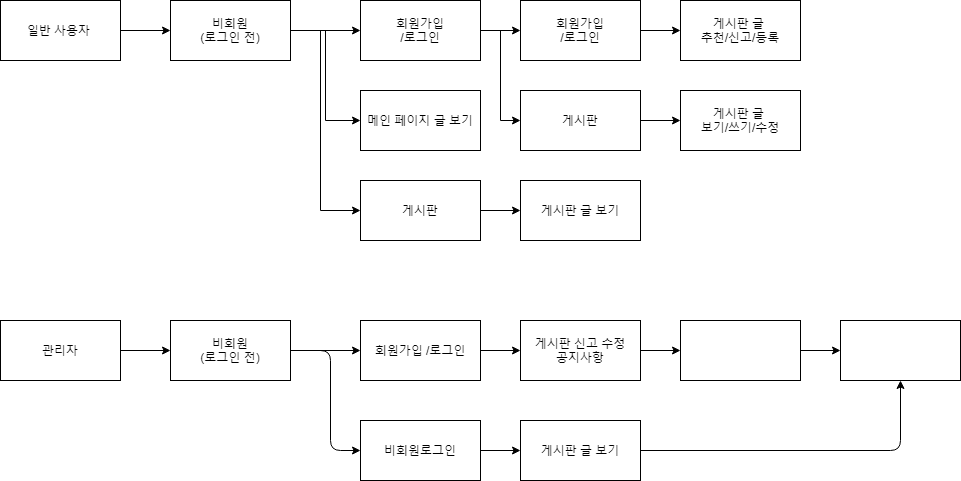
Above: Servers/Diagram.png in hyojinYi/capstone (draw.io), before the change. Source tidied: cells renumbered, new cells last; positions are measured from the earlier drawing's top-left corner, leaving out a move shared by most shapes.
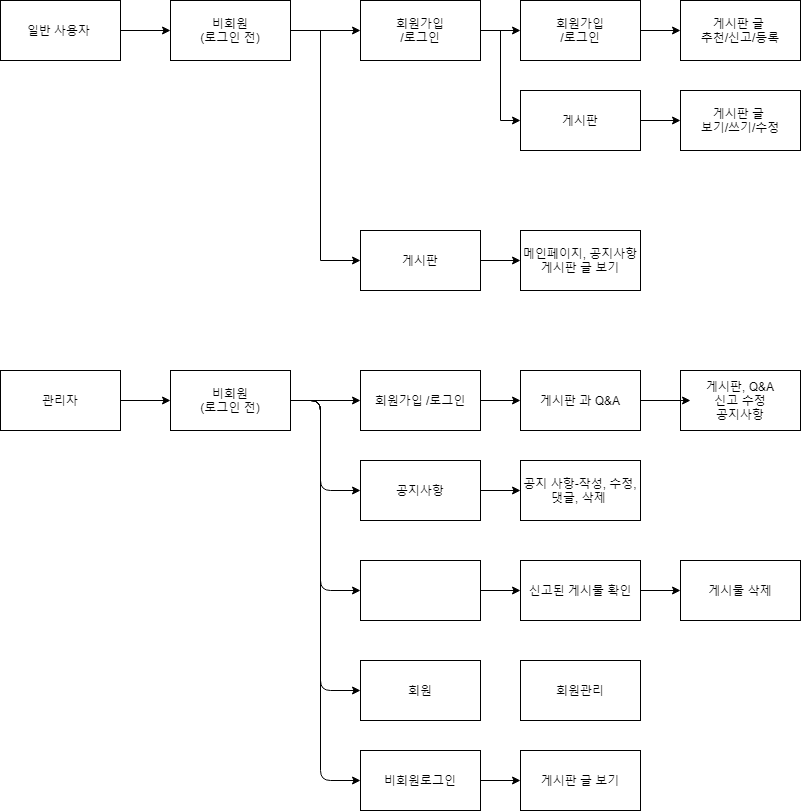
After the commit.

Change to the diagram source:
```diff
@@ -8,9 +8,6 @@
     <mxCell id="3" value="일반 사용자&amp;nbsp;" style="rounded=0;whiteSpace=wrap;html=1;" parent="1" vertex="1">
       <mxGeometry width="120" height="60" as="geometry" />
     </mxCell>
-    <mxCell id="4" style="edgeStyle=orthogonalEdgeStyle;rounded=0;jettySize=auto;html=1;entryX=0;entryY=0.5;entryDx=0;entryDy=0;" parent="1" edge="1" source="6" target="11">
-      <mxGeometry relative="1" as="geometry" />
-    </mxCell>
     <mxCell id="5" style="edgeStyle=orthogonalEdgeStyle;curved=0;rounded=1;sketch=0;jettySize=auto;html=1;entryX=0;entryY=0.5;entryDx=0;entryDy=0;" parent="1" edge="1" source="6" target="8">
       <mxGeometry relative="1" as="geometry" />
     </mxCell>
@@ -29,25 +26,22 @@
     <mxCell id="10" value="회원가입&lt;br&gt;/로그인" style="rounded=0;whiteSpace=wrap;html=1;" parent="1" vertex="1">
       <mxGeometry x="520" width="120" height="60" as="geometry" />
     </mxCell>
-    <mxCell id="11" value="메인 페이지 글 보기" style="rounded=0;whiteSpace=wrap;html=1;" parent="1" vertex="1">
-      <mxGeometry x="360" y="90" width="120" height="60" as="geometry" />
-    </mxCell>
     <mxCell id="12" style="edgeStyle=orthogonalEdgeStyle;curved=0;rounded=1;sketch=0;jettySize=auto;html=1;" parent="1" edge="1" source="13" target="15">
       <mxGeometry relative="1" as="geometry" />
     </mxCell>
     <mxCell id="13" value="게시판" style="rounded=0;whiteSpace=wrap;html=1;sketch=0;" parent="1" vertex="1">
-      <mxGeometry x="360" y="180" width="120" height="60" as="geometry" />
+      <mxGeometry x="360" y="230" width="120" height="60" as="geometry" />
     </mxCell>
     <mxCell id="14" style="edgeStyle=orthogonalEdgeStyle;rounded=0;jettySize=auto;html=1;entryX=0;entryY=0.5;entryDx=0;entryDy=0;exitX=1;exitY=0.5;exitDx=0;exitDy=0;" parent="1" edge="1" source="6" target="13">
       <mxGeometry relative="1" as="geometry">
         <Array as="points">
           <mxPoint x="320" y="30" />
-          <mxPoint x="320" y="210" />
+          <mxPoint x="320" y="260" />
         </Array>
       </mxGeometry>
     </mxCell>
-    <mxCell id="15" value="게시판 글 보기" style="rounded=0;whiteSpace=wrap;html=1;sketch=0;" parent="1" vertex="1">
-      <mxGeometry x="520" y="180" width="120" height="60" as="geometry" />
+    <mxCell id="15" value="메인페이지, 공지사항게시판 글 보기" style="rounded=0;whiteSpace=wrap;html=1;sketch=0;" parent="1" vertex="1">
+      <mxGeometry x="520" y="230" width="120" height="60" as="geometry" />
     </mxCell>
     <mxCell id="16" style="edgeStyle=orthogonalEdgeStyle;rounded=0;jettySize=auto;html=1;exitX=1;exitY=0.5;exitDx=0;exitDy=0;" parent="1" edge="1" source="8">
       <mxGeometry relative="1" as="geometry">
@@ -74,55 +68,109 @@
       <mxGeometry relative="1" as="geometry" />
     </mxCell>
     <mxCell id="22" value="관리자" style="rounded=0;whiteSpace=wrap;html=1;sketch=0;" parent="1" vertex="1">
-      <mxGeometry y="320" width="120" height="60" as="geometry" />
+      <mxGeometry y="370" width="120" height="60" as="geometry" />
     </mxCell>
-    <mxCell id="23" style="edgeStyle=orthogonalEdgeStyle;rounded=1;sketch=0;jettySize=auto;html=1;" parent="1" edge="1" source="24">
+    <mxCell id="23" style="edgeStyle=orthogonalEdgeStyle;rounded=1;sketch=0;jettySize=auto;html=1;entryX=0;entryY=0.5;entryDx=0;entryDy=0;" parent="1" edge="1" source="24" target="34">
       <mxGeometry relative="1" as="geometry">
-        <mxPoint x="360" y="450" as="targetPoint" />
         <Array as="points">
-          <mxPoint x="330" y="350" />
-          <mxPoint x="330" y="450" />
+          <mxPoint x="320" y="400" />
+          <mxPoint x="320" y="780" />
+          <mxPoint x="360" y="780" />
         </Array>
       </mxGeometry>
     </mxCell>
     <mxCell id="24" value="비회원&lt;br&gt;(로그인 전)" style="rounded=0;whiteSpace=wrap;html=1;sketch=0;" parent="1" vertex="1">
-      <mxGeometry x="170" y="320" width="120" height="60" as="geometry" />
+      <mxGeometry x="170" y="370" width="120" height="60" as="geometry" />
     </mxCell>
     <mxCell id="25" style="edgeStyle=orthogonalEdgeStyle;curved=0;rounded=1;sketch=0;jettySize=auto;html=1;" parent="1" edge="1" source="26" target="29">
       <mxGeometry relative="1" as="geometry" />
     </mxCell>
     <mxCell id="26" value="회원가입 /로그인" style="rounded=0;whiteSpace=wrap;html=1;sketch=0;" parent="1" vertex="1">
-      <mxGeometry x="360" y="320" width="120" height="60" as="geometry" />
+      <mxGeometry x="360" y="370" width="120" height="60" as="geometry" />
     </mxCell>
     <mxCell id="27" style="endArrow=classic;html=1;exitX=1;exitY=0.5;exitDx=0;exitDy=0;entryX=0;entryY=0.5;entryDx=0;entryDy=0;" parent="1" edge="1" source="24" target="26">
       <mxGeometry relative="1" as="geometry" />
     </mxCell>
-    <mxCell id="28" style="edgeStyle=orthogonalEdgeStyle;curved=0;rounded=1;sketch=0;jettySize=auto;html=1;" parent="1" edge="1" source="29" target="31">
-      <mxGeometry relative="1" as="geometry" />
-    </mxCell>
-    <mxCell id="29" value="게시판 신고 수정&lt;br&gt;공지사항" style="rounded=0;whiteSpace=wrap;html=1;sketch=0;" parent="1" vertex="1">
-      <mxGeometry x="520" y="320" width="120" height="60" as="geometry" />
+    <mxCell id="29" value="게시판 과 Q&amp;amp;A" style="rounded=0;whiteSpace=wrap;html=1;sketch=0;" parent="1" vertex="1">
+      <mxGeometry x="520" y="370" width="120" height="60" as="geometry" />
     </mxCell>
-    <mxCell id="30" style="edgeStyle=orthogonalEdgeStyle;curved=0;rounded=1;sketch=0;jettySize=auto;html=1;" parent="1" edge="1" source="31" target="32">
-      <mxGeometry relative="1" as="geometry" />
-    </mxCell>
-    <mxCell id="31" style="rounded=0;whiteSpace=wrap;html=1;sketch=0;" parent="1" vertex="1">
-      <mxGeometry x="680" y="320" width="120" height="60" as="geometry" />
+    <mxCell id="31" value="공지 사항-작성, 수정, 댓글, 삭제&amp;nbsp;" style="rounded=0;whiteSpace=wrap;html=1;sketch=0;" parent="1" vertex="1">
+      <mxGeometry x="520" y="460" width="120" height="60" as="geometry" />
     </mxCell>
-    <mxCell id="32" style="rounded=0;whiteSpace=wrap;html=1;sketch=0;" parent="1" vertex="1">
-      <mxGeometry x="840" y="320" width="120" height="60" as="geometry" />
+    <mxCell id="32" value="게시판, Q&amp;amp;A&lt;br&gt;신고 수정&lt;br&gt;공지사항" style="rounded=0;whiteSpace=wrap;html=1;sketch=0;" parent="1" vertex="1">
+      <mxGeometry x="680" y="370" width="120" height="60" as="geometry" />
     </mxCell>
     <mxCell id="33" style="edgeStyle=orthogonalEdgeStyle;rounded=1;sketch=0;jettySize=auto;html=1;entryX=0;entryY=0.5;entryDx=0;entryDy=0;" parent="1" edge="1" source="34" target="36">
       <mxGeometry relative="1" as="geometry" />
     </mxCell>
     <mxCell id="34" value="비회원로그인" style="rounded=0;whiteSpace=wrap;html=1;sketch=0;" parent="1" vertex="1">
-      <mxGeometry x="360" y="420" width="120" height="60" as="geometry" />
+      <mxGeometry x="360" y="750" width="120" height="60" as="geometry" />
     </mxCell>
-    <mxCell id="35" style="edgeStyle=orthogonalEdgeStyle;rounded=1;sketch=0;jettySize=auto;html=1;entryX=0.5;entryY=1;entryDx=0;entryDy=0;" parent="1" edge="1" source="36" target="32">
-      <mxGeometry relative="1" as="geometry" />
-    </mxCell>
     <mxCell id="36" value="게시판 글 보기" style="rounded=0;whiteSpace=wrap;html=1;sketch=0;" parent="1" vertex="1">
-      <mxGeometry x="520" y="420" width="120" height="60" as="geometry" />
+      <mxGeometry x="520" y="750" width="120" height="60" as="geometry" />
     </mxCell>
+    <mxCell id="37" value="회원관리" style="rounded=0;whiteSpace=wrap;html=1;sketch=0;" parent="1" vertex="1">
+      <mxGeometry x="520" y="660" width="120" height="60" as="geometry" />
+    </mxCell>
+    <mxCell id="38" style="endArrow=classic;html=1;exitX=1;exitY=0.5;exitDx=0;exitDy=0;" parent="1" edge="1" source="24">
+      <mxGeometry relative="1" as="geometry">
+        <mxPoint x="360" y="490" as="targetPoint" />
+        <Array as="points">
+          <mxPoint x="320" y="400" />
+          <mxPoint x="320" y="490" />
+        </Array>
+      </mxGeometry>
+    </mxCell>
+    <mxCell id="39" value="공지사항" style="rounded=0;whiteSpace=wrap;html=1;" parent="1" vertex="1">
+      <mxGeometry x="360" y="460" width="120" height="60" as="geometry" />
+    </mxCell>
+    <mxCell id="40" style="endArrow=classic;html=1;entryX=0;entryY=0.5;entryDx=0;entryDy=0;" parent="1" edge="1" target="31">
+      <mxGeometry relative="1" as="geometry">
+        <mxPoint x="480" y="490" as="sourcePoint" />
+      </mxGeometry>
+    </mxCell>
+    <mxCell id="41" style="endArrow=classic;html=1;exitX=1;exitY=0.5;exitDx=0;exitDy=0;" parent="1" edge="1" source="24">
+      <mxGeometry relative="1" as="geometry">
+        <mxPoint x="360" y="590" as="targetPoint" />
+        <Array as="points">
+          <mxPoint x="320" y="400" />
+          <mxPoint x="320" y="590" />
+        </Array>
+      </mxGeometry>
+    </mxCell>
+    <mxCell id="42" style="edgeStyle=orthogonalEdgeStyle;rounded=0;jettySize=auto;html=1;" parent="1" edge="1" source="43" target="45">
+      <mxGeometry relative="1" as="geometry" />
+    </mxCell>
+    <mxCell id="43" style="rounded=0;whiteSpace=wrap;html=1;" parent="1" vertex="1">
+      <mxGeometry x="360" y="560" width="120" height="60" as="geometry" />
+    </mxCell>
+    <mxCell id="44" style="edgeStyle=orthogonalEdgeStyle;rounded=0;jettySize=auto;html=1;" parent="1" edge="1" source="45" target="46">
+      <mxGeometry relative="1" as="geometry" />
+    </mxCell>
+    <mxCell id="45" value="신고된 게시물 확인" style="rounded=0;whiteSpace=wrap;html=1;" parent="1" vertex="1">
+      <mxGeometry x="520" y="560" width="120" height="60" as="geometry" />
+    </mxCell>
+    <mxCell id="46" value="게시물 삭제" style="rounded=0;whiteSpace=wrap;html=1;" parent="1" vertex="1">
+      <mxGeometry x="680" y="560" width="120" height="60" as="geometry" />
+    </mxCell>
+    <mxCell id="47" style="endArrow=classic;html=1;" parent="1" edge="1">
+      <mxGeometry relative="1" as="geometry">
+        <mxPoint x="640" y="400" as="sourcePoint" />
+        <mxPoint x="690" y="400" as="targetPoint" />
+      </mxGeometry>
+    </mxCell>
+    <mxCell id="48" style="endArrow=classic;html=1;" parent="1" edge="1">
+      <mxGeometry relative="1" as="geometry">
+        <mxPoint x="290" y="400" as="sourcePoint" />
+        <mxPoint x="360" y="690" as="targetPoint" />
+        <Array as="points">
+          <mxPoint x="320" y="400" />
+          <mxPoint x="320" y="690" />
+        </Array>
+      </mxGeometry>
+    </mxCell>
+    <mxCell id="49" value="회원" style="rounded=0;whiteSpace=wrap;html=1;" parent="1" vertex="1">
+      <mxGeometry x="360" y="660" width="120" height="60" as="geometry" />
+    </mxCell>
   </root>
 </mxGraphModel>
```
